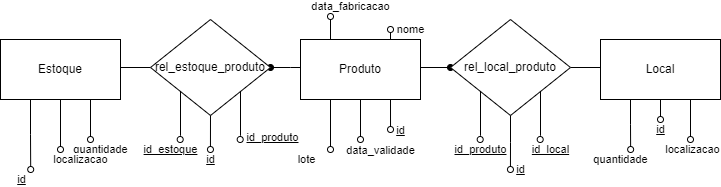
The draw.io diagram diagramas/MER.png in h-ssiqueira/Supermercado, before a commit. Source tidied: cells renumbered, new cells last; positions are measured from the earlier drawing's top-left corner, leaving out a move shared by most shapes.
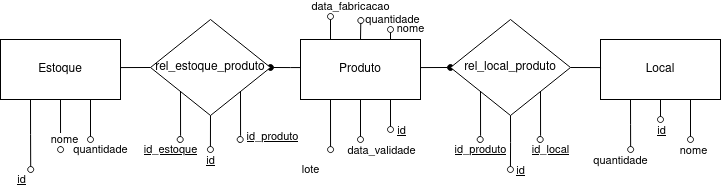
After the change.

The edit, as a diff of the source:
```diff
@@ -45,7 +45,7 @@
         <mxPoint x="90" y="100" as="targetPoint" />
       </mxGeometry>
     </mxCell>
-    <mxCell id="12" value="localizacao" style="edgeLabel;html=1;align=center;verticalAlign=middle;" parent="11" vertex="1">
+    <mxCell id="12" value="nome" style="edgeLabel;html=1;align=center;verticalAlign=middle;" parent="11" vertex="1">
       <mxGeometry x="0.98" y="2" relative="1" as="geometry">
         <mxPoint y="10" as="offset" />
       </mxGeometry>
@@ -59,16 +59,16 @@
         <mxPoint x="4" y="10" as="offset" />
       </mxGeometry>
     </mxCell>
-    <mxCell id="15" value="localizacao" style="edgeStyle=orthogonalEdgeStyle;rounded=0;jettySize=auto;html=1;exitX=0.5;exitY=1;exitDx=0;exitDy=0;endArrow=oval;endFill=0;" parent="1" edge="1" source="6">
-      <mxGeometry x="1" y="-10" relative="1" as="geometry">
+    <mxCell id="15" value="nome" style="edgeStyle=orthogonalEdgeStyle;rounded=0;jettySize=auto;html=1;exitX=0.5;exitY=1;exitDx=0;exitDy=0;endArrow=oval;endFill=0;" parent="1" edge="1" source="6">
+      <mxGeometry x="1" y="-12" relative="1" as="geometry">
         <mxPoint x="60" y="133" as="targetPoint" />
         <Array as="points">
           <mxPoint x="60" y="133" />
         </Array>
-        <mxPoint x="10" y="10" as="offset" />
+        <mxPoint x="-4" y="-1" as="offset" />
       </mxGeometry>
     </mxCell>
-    <mxCell id="16" style="edgeStyle=orthogonalEdgeStyle;rounded=0;jettySize=auto;html=1;exitX=1;exitY=0.5;exitDx=0;exitDy=0;entryX=0;entryY=0.5;entryDx=0;entryDy=0;endArrow=oval;endFill=1;" parent="1" edge="1" source="39" target="30">
+    <mxCell id="16" style="edgeStyle=orthogonalEdgeStyle;rounded=0;jettySize=auto;html=1;exitX=1;exitY=0.5;exitDx=0;exitDy=0;entryX=0;entryY=0.5;entryDx=0;entryDy=0;endArrow=oval;endFill=1;" parent="1" edge="1" source="40" target="30">
       <mxGeometry relative="1" as="geometry">
         <Array as="points">
           <mxPoint x="420" y="51" />
@@ -85,7 +85,7 @@
         </Array>
       </mxGeometry>
     </mxCell>
-    <mxCell id="19" style="edgeStyle=orthogonalEdgeStyle;rounded=0;jettySize=auto;html=1;endArrow=oval;endFill=1;entryX=1;entryY=0.5;entryDx=0;entryDy=0;" parent="1" edge="1" source="39" target="24">
+    <mxCell id="19" style="edgeStyle=orthogonalEdgeStyle;rounded=0;jettySize=auto;html=1;endArrow=oval;endFill=1;entryX=1;entryY=0.5;entryDx=0;entryDy=0;" parent="1" edge="1" source="40" target="24">
       <mxGeometry relative="1" as="geometry">
         <Array as="points">
           <mxPoint x="290" y="51" />
@@ -146,7 +146,7 @@
         <mxPoint x="59.9" y="150" as="targetPoint" />
       </mxGeometry>
     </mxCell>
-    <mxCell id="32" value="nome" style="edgeStyle=orthogonalEdgeStyle;rounded=0;jettySize=auto;html=1;exitX=0.75;exitY=0;exitDx=0;exitDy=0;endArrow=oval;endFill=0;" parent="1" edge="1" source="39">
+    <mxCell id="32" value="nome" style="edgeStyle=orthogonalEdgeStyle;rounded=0;jettySize=auto;html=1;exitX=0.75;exitY=0;exitDx=0;exitDy=0;endArrow=oval;endFill=0;" parent="1" edge="1" source="40">
       <mxGeometry x="1" y="-20" relative="1" as="geometry">
         <mxPoint x="390" y="13" as="targetPoint" />
       </mxGeometry>
@@ -158,7 +158,7 @@
         <mxPoint x="-2" y="-10" as="offset" />
       </mxGeometry>
     </mxCell>
-    <mxCell id="34" style="edgeStyle=orthogonalEdgeStyle;rounded=0;jettySize=auto;html=1;exitX=0.5;exitY=1;exitDx=0;exitDy=0;endArrow=oval;endFill=0;" parent="1" edge="1" source="39">
+    <mxCell id="34" style="edgeStyle=orthogonalEdgeStyle;rounded=0;jettySize=auto;html=1;exitX=0.5;exitY=1;exitDx=0;exitDy=0;endArrow=oval;endFill=0;" parent="1" edge="1" source="40">
       <mxGeometry relative="1" as="geometry">
         <mxPoint x="360" y="123" as="targetPoint" />
       </mxGeometry>
@@ -168,7 +168,7 @@
         <mxPoint x="20" y="12" as="offset" />
       </mxGeometry>
     </mxCell>
-    <mxCell id="36" style="edgeStyle=orthogonalEdgeStyle;rounded=0;jettySize=auto;html=1;exitX=0.75;exitY=1;exitDx=0;exitDy=0;endArrow=oval;endFill=0;" parent="1" edge="1" source="39">
+    <mxCell id="36" style="edgeStyle=orthogonalEdgeStyle;rounded=0;jettySize=auto;html=1;exitX=0.75;exitY=1;exitDx=0;exitDy=0;endArrow=oval;endFill=0;" parent="1" edge="1" source="40">
       <mxGeometry relative="1" as="geometry">
         <mxPoint x="390" y="113" as="targetPoint" />
       </mxGeometry>
@@ -178,7 +178,7 @@
         <mxPoint x="10" y="2" as="offset" />
       </mxGeometry>
     </mxCell>
-    <mxCell id="38" value="lote" style="edgeStyle=orthogonalEdgeStyle;rounded=0;jettySize=auto;html=1;exitX=0.25;exitY=1;exitDx=0;exitDy=0;endArrow=oval;endFill=0;" parent="1" edge="1" source="39">
+    <mxCell id="38" value="lote" style="edgeStyle=orthogonalEdgeStyle;rounded=0;jettySize=auto;html=1;exitX=0.25;exitY=1;exitDx=0;exitDy=0;endArrow=oval;endFill=0;" parent="1" edge="1" source="40">
       <mxGeometry x="1" y="14" relative="1" as="geometry">
         <mxPoint x="330" y="133" as="targetPoint" />
         <Array as="points">
@@ -187,8 +187,14 @@
         <mxPoint x="-10" y="10" as="offset" />
       </mxGeometry>
     </mxCell>
-    <mxCell id="39" value="Produto" style="rounded=0;whiteSpace=wrap;html=1;" parent="1" vertex="1">
-      <mxGeometry x="300" y="23" width="120" height="60" as="geometry" />
+    <mxCell id="39" value="quantidade" style="edgeStyle=orthogonalEdgeStyle;rounded=0;jettySize=auto;html=1;exitX=0.5;exitY=0;exitDx=0;exitDy=0;endArrow=oval;endFill=0;" parent="1" edge="1" source="40">
+      <mxGeometry x="1" y="-32" relative="1" as="geometry">
+        <mxPoint x="360.3" y="4" as="targetPoint" />
+        <mxPoint y="-2" as="offset" />
+      </mxGeometry>
     </mxCell>
+    <mxCell id="40" value="Produto" style="rounded=0;whiteSpace=wrap;html=1;" parent="1" vertex="1">
+      <mxGeometry x="300" y="23" width="120" height="60" as="geometry" />
+    </mxCell>
   </root>
 </mxGraphModel>
```
